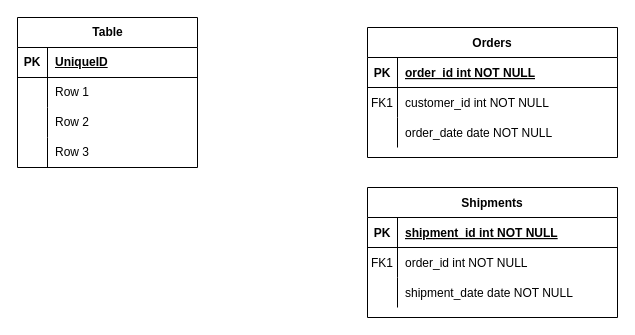
Before: E-R Diagram.drawio in wuheison/draw.io, a draw.io diagram. Source tidied: cells renumbered, new cells numbered last; positions are measured from the earlier drawing's top-left corner, leaving out a move shared by most shapes. Both pictures are drawn from the tidied source at 100%, with x=0, y=0 at pixel (17, 17).
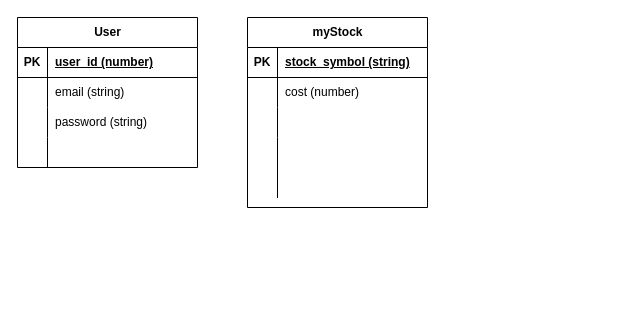
After the change.

The change refers to these unchanged cells:
```xml
<mxCell id="23" style="shape=tableRow;horizontal=0;startSize=0;swimlaneHead=0;swimlaneBody=0;fillColor=none;top=0;left=0;right=0;bottom=1;" parent="22" vertex="1">
  <mxGeometry y="30" width="180" height="30" as="geometry" />
</mxCell>
<mxCell id="26" style="shape=tableRow;horizontal=0;startSize=0;swimlaneHead=0;swimlaneBody=0;fillColor=none;top=0;left=0;right=0;bottom=0;" parent="22" vertex="1">
  <mxGeometry y="60" width="180" height="30" as="geometry" />
</mxCell>
<mxCell id="29" style="shape=tableRow;horizontal=0;startSize=0;swimlaneHead=0;swimlaneBody=0;fillColor=none;top=0;left=0;right=0;bottom=0;" parent="22" vertex="1">
  <mxGeometry y="90" width="180" height="30" as="geometry" />
</mxCell>
<mxCell id="32" style="shape=tableRow;horizontal=0;startSize=0;swimlaneHead=0;swimlaneBody=0;fillColor=none;top=0;left=0;right=0;bottom=0;" parent="22" vertex="1">
  <mxGeometry y="120" width="180" height="30" as="geometry" />
</mxCell>
```

The edit, as a diff of the source:
```diff
@@
-    <mxCell id="2" value="Orders" style="shape=table;startSize=30;childLayout=tableLayout;rowLines=0;fontStyle=1;align=center;" parent="1" vertex="1">
-      <mxGeometry x="350" y="10" width="250" height="130" as="geometry" />
-    </mxCell>
-    <mxCell id="3" style="shape=partialRectangle;fillColor=none;top=0;left=0;right=0;bottom=1;" parent="2" vertex="1">
-      <mxGeometry y="30" width="250" height="30" as="geometry" />
-    </mxCell>
-    <mxCell id="4" value="PK" style="shape=partialRectangle;overflow=hidden;fillColor=none;top=0;left=0;bottom=0;right=0;fontStyle=1;" parent="3" vertex="1">
-      <mxGeometry width="30" height="30" as="geometry" />
-    </mxCell>
-    <mxCell id="5" value="order_id int NOT NULL " style="shape=partialRectangle;overflow=hidden;fillColor=none;top=0;left=0;bottom=0;right=0;align=left;spacingLeft=6;fontStyle=5;" parent="3" vertex="1">
-      <mxGeometry x="30" width="220" height="30" as="geometry" />
-    </mxCell>
-    <mxCell id="6" style="shape=partialRectangle;fillColor=none;top=0;left=0;right=0;bottom=0;" parent="2" vertex="1">
-      <mxGeometry y="60" width="250" height="30" as="geometry" />
-    </mxCell>
-    <mxCell id="7" value="FK1" style="shape=partialRectangle;overflow=hidden;fillColor=none;top=0;left=0;bottom=0;right=0;" parent="6" vertex="1">
-      <mxGeometry width="30" height="30" as="geometry" />
-    </mxCell>
-    <mxCell id="8" value="customer_id int NOT NULL" style="shape=partialRectangle;overflow=hidden;fillColor=none;top=0;left=0;bottom=0;right=0;align=left;spacingLeft=6;" parent="6" vertex="1">
-      <mxGeometry x="30" width="220" height="30" as="geometry" />
-    </mxCell>
-    <mxCell id="9" style="shape=partialRectangle;fillColor=none;top=0;left=0;right=0;bottom=0;" parent="2" vertex="1">
-      <mxGeometry y="90" width="250" height="30" as="geometry" />
-    </mxCell>
-    <mxCell id="10" style="shape=partialRectangle;overflow=hidden;fillColor=none;top=0;left=0;bottom=0;right=0;" parent="9" vertex="1">
-      <mxGeometry width="30" height="30" as="geometry" />
-    </mxCell>
-    <mxCell id="11" value="order_date date NOT NULL" style="shape=partialRectangle;overflow=hidden;fillColor=none;top=0;left=0;bottom=0;right=0;align=left;spacingLeft=6;" parent="9" vertex="1">
-      <mxGeometry x="30" width="220" height="30" as="geometry" />
-    </mxCell>
-    <mxCell id="12" value="Shipments" style="shape=table;startSize=30;childLayout=tableLayout;rowLines=0;fontStyle=1;align=center;" parent="1" vertex="1">
-      <mxGeometry x="350" y="170" width="250" height="130" as="geometry" />
-    </mxCell>
-    <mxCell id="13" style="shape=partialRectangle;fillColor=none;top=0;left=0;right=0;bottom=1;" parent="12" vertex="1">
-      <mxGeometry y="30" width="250" height="30" as="geometry" />
-    </mxCell>
-    <mxCell id="14" value="PK" style="shape=partialRectangle;overflow=hidden;fillColor=none;top=0;left=0;bottom=0;right=0;fontStyle=1;" parent="13" vertex="1">
-      <mxGeometry width="30" height="30" as="geometry" />
-    </mxCell>
-    <mxCell id="15" value="shipment_id int NOT NULL " style="shape=partialRectangle;overflow=hidden;fillColor=none;top=0;left=0;bottom=0;right=0;align=left;spacingLeft=6;fontStyle=5;" parent="13" vertex="1">
-      <mxGeometry x="30" width="220" height="30" as="geometry" />
-    </mxCell>
-    <mxCell id="16" style="shape=partialRectangle;fillColor=none;top=0;left=0;right=0;bottom=0;" parent="12" vertex="1">
-      <mxGeometry y="60" width="250" height="30" as="geometry" />
-    </mxCell>
-    <mxCell id="17" value="FK1" style="shape=partialRectangle;overflow=hidden;fillColor=none;top=0;left=0;bottom=0;right=0;" parent="16" vertex="1">
-      <mxGeometry width="30" height="30" as="geometry" />
-    </mxCell>
-    <mxCell id="18" value="order_id int NOT NULL" style="shape=partialRectangle;overflow=hidden;fillColor=none;top=0;left=0;bottom=0;right=0;align=left;spacingLeft=6;" parent="16" vertex="1">
-      <mxGeometry x="30" width="220" height="30" as="geometry" />
-    </mxCell>
-    <mxCell id="19" style="shape=partialRectangle;fillColor=none;top=0;left=0;right=0;bottom=0;" parent="12" vertex="1">
-      <mxGeometry y="90" width="250" height="30" as="geometry" />
-    </mxCell>
-    <mxCell id="20" style="shape=partialRectangle;overflow=hidden;fillColor=none;top=0;left=0;bottom=0;right=0;" parent="19" vertex="1">
-      <mxGeometry width="30" height="30" as="geometry" />
-    </mxCell>
-    <mxCell id="21" value="shipment_date date NOT NULL" style="shape=partialRectangle;overflow=hidden;fillColor=none;top=0;left=0;bottom=0;right=0;align=left;spacingLeft=6;" parent="19" vertex="1">
-      <mxGeometry x="30" width="220" height="30" as="geometry" />
-    </mxCell>
-    <mxCell id="22" value="Table" style="shape=table;startSize=30;childLayout=tableLayout;rowLines=0;fontStyle=1;align=center;html=1;" parent="1" vertex="1">
+    <mxCell id="22" value="User" style="shape=table;startSize=30;childLayout=tableLayout;rowLines=0;fontStyle=1;align=center;html=1;" parent="1" vertex="1">
       <mxGeometry width="180" height="150" as="geometry" />
     </mxCell>
@@
-    <mxCell id="25" value="UniqueID" style="shape=partialRectangle;fillColor=none;top=0;left=0;bottom=0;right=0;align=left;spacingLeft=6;fontStyle=5;overflow=hidden;whiteSpace=wrap;html=1;" parent="23" vertex="1">
+    <mxCell id="25" value="user_id (number)" style="shape=partialRectangle;fillColor=none;top=0;left=0;bottom=0;right=0;align=left;spacingLeft=6;fontStyle=5;overflow=hidden;whiteSpace=wrap;html=1;" parent="23" vertex="1">
       <mxGeometry x="30" width="150" height="30" as="geometry" />
     </mxCell>
@@
-    <mxCell id="28" value="Row 1" style="shape=partialRectangle;fillColor=none;top=0;left=0;bottom=0;right=0;align=left;spacingLeft=6;overflow=hidden;whiteSpace=wrap;html=1;" parent="26" vertex="1">
+    <mxCell id="28" value="email (string)" style="shape=partialRectangle;fillColor=none;top=0;left=0;bottom=0;right=0;align=left;spacingLeft=6;overflow=hidden;whiteSpace=wrap;html=1;" parent="26" vertex="1">
       <mxGeometry x="30" width="150" height="30" as="geometry" />
     </mxCell>
@@
-    <mxCell id="31" value="Row 2" style="shape=partialRectangle;fillColor=none;top=0;left=0;bottom=0;right=0;align=left;spacingLeft=6;overflow=hidden;whiteSpace=wrap;html=1;" parent="29" vertex="1">
+    <mxCell id="31" value="password (string)" style="shape=partialRectangle;fillColor=none;top=0;left=0;bottom=0;right=0;align=left;spacingLeft=6;overflow=hidden;whiteSpace=wrap;html=1;" parent="29" vertex="1">
       <mxGeometry x="30" width="150" height="30" as="geometry" />
     </mxCell>
@@
-    <mxCell id="34" value="Row 3" style="shape=partialRectangle;fillColor=none;top=0;left=0;bottom=0;right=0;align=left;spacingLeft=6;overflow=hidden;whiteSpace=wrap;html=1;" parent="32" vertex="1">
+    <mxCell id="34" style="shape=partialRectangle;fillColor=none;top=0;left=0;bottom=0;right=0;align=left;spacingLeft=6;overflow=hidden;whiteSpace=wrap;html=1;" parent="32" vertex="1">
       <mxGeometry x="30" width="150" height="30" as="geometry" />
     </mxCell>
+    <mxCell id="35" value="myStock" style="shape=table;startSize=30;childLayout=tableLayout;rowLines=0;fontStyle=1;align=center;html=1;" parent="1" vertex="1">
+      <mxGeometry x="230" width="180" height="190" as="geometry" />
+    </mxCell>
+    <mxCell id="36" style="shape=tableRow;horizontal=0;startSize=0;swimlaneHead=0;swimlaneBody=0;fillColor=none;top=0;left=0;right=0;bottom=1;" parent="35" vertex="1">
+      <mxGeometry y="30" width="180" height="30" as="geometry" />
+    </mxCell>
+    <mxCell id="37" value="PK" style="shape=partialRectangle;fillColor=none;top=0;left=0;bottom=0;right=0;fontStyle=1;overflow=hidden;whiteSpace=wrap;html=1;" parent="36" vertex="1">
+      <mxGeometry width="30" height="30" as="geometry" />
+    </mxCell>
+    <mxCell id="38" value="stock_symbol (string)" style="shape=partialRectangle;fillColor=none;top=0;left=0;bottom=0;right=0;align=left;spacingLeft=6;fontStyle=5;overflow=hidden;whiteSpace=wrap;html=1;" parent="36" vertex="1">
+      <mxGeometry x="30" width="150" height="30" as="geometry" />
+    </mxCell>
+    <mxCell id="39" style="shape=tableRow;horizontal=0;startSize=0;swimlaneHead=0;swimlaneBody=0;fillColor=none;top=0;left=0;right=0;bottom=0;" parent="35" vertex="1">
+      <mxGeometry y="60" width="180" height="30" as="geometry" />
+    </mxCell>
+    <mxCell id="40" style="shape=partialRectangle;fillColor=none;top=0;left=0;bottom=0;right=0;overflow=hidden;whiteSpace=wrap;html=1;" parent="39" vertex="1">
+      <mxGeometry width="30" height="30" as="geometry" />
+    </mxCell>
+    <mxCell id="41" value="cost (number)" style="shape=partialRectangle;fillColor=none;top=0;left=0;bottom=0;right=0;align=left;spacingLeft=6;overflow=hidden;whiteSpace=wrap;html=1;" parent="39" vertex="1">
+      <mxGeometry x="30" width="150" height="30" as="geometry" />
+    </mxCell>
+    <mxCell id="42" style="shape=tableRow;horizontal=0;startSize=0;swimlaneHead=0;swimlaneBody=0;fillColor=none;top=0;left=0;right=0;bottom=0;" parent="35" vertex="1">
+      <mxGeometry y="90" width="180" height="30" as="geometry" />
+    </mxCell>
+    <mxCell id="43" style="shape=partialRectangle;fillColor=none;top=0;left=0;bottom=0;right=0;overflow=hidden;whiteSpace=wrap;html=1;" parent="42" vertex="1">
+      <mxGeometry width="30" height="30" as="geometry" />
+    </mxCell>
+    <mxCell id="44" style="shape=partialRectangle;fillColor=none;top=0;left=0;bottom=0;right=0;align=left;spacingLeft=6;overflow=hidden;whiteSpace=wrap;html=1;" parent="42" vertex="1">
+      <mxGeometry x="30" width="150" height="30" as="geometry" />
+    </mxCell>
+    <mxCell id="45" style="shape=tableRow;horizontal=0;startSize=0;swimlaneHead=0;swimlaneBody=0;fillColor=none;top=0;left=0;right=0;bottom=0;" parent="35" vertex="1">
+      <mxGeometry y="120" width="180" height="30" as="geometry" />
+    </mxCell>
+    <mxCell id="46" style="shape=partialRectangle;fillColor=none;top=0;left=0;bottom=0;right=0;overflow=hidden;whiteSpace=wrap;html=1;" parent="45" vertex="1">
+      <mxGeometry width="30" height="30" as="geometry" />
+    </mxCell>
+    <mxCell id="47" style="shape=partialRectangle;fillColor=none;top=0;left=0;bottom=0;right=0;align=left;spacingLeft=6;overflow=hidden;whiteSpace=wrap;html=1;" parent="45" vertex="1">
+      <mxGeometry x="30" width="150" height="30" as="geometry" />
+    </mxCell>
+    <mxCell id="48" style="shape=tableRow;horizontal=0;startSize=0;swimlaneHead=0;swimlaneBody=0;fillColor=none;top=0;left=0;right=0;bottom=0;" parent="1" vertex="1">
+      <mxGeometry x="230" y="150" width="180" height="30" as="geometry" />
+    </mxCell>
+    <mxCell id="49" style="shape=partialRectangle;fillColor=none;top=0;left=0;bottom=0;right=1;overflow=hidden;whiteSpace=wrap;html=1;" parent="48" vertex="1">
+      <mxGeometry width="30" height="30" as="geometry" />
+    </mxCell>
+    <mxCell id="50" style="shape=partialRectangle;fillColor=none;top=0;left=0;bottom=0;right=0;align=left;spacingLeft=6;overflow=hidden;whiteSpace=wrap;html=1;" parent="48" vertex="1">
+      <mxGeometry x="30" width="150" height="30" as="geometry" />
+    </mxCell>
```
